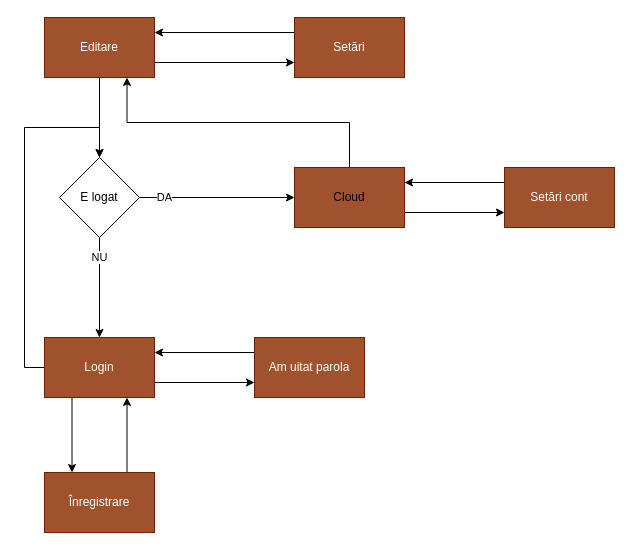
Above: docs/ui_diagram.drawio in moldovanedy/SimpleTextEditor (draw.io), before the change. Source tidied: cells renumbered, new cells numbered last; positions are measured from the earlier drawing's top-left corner, leaving out a move shared by most shapes. Both pictures are drawn from the tidied source at 100%, with x=0, y=0 at pixel (24, 17).
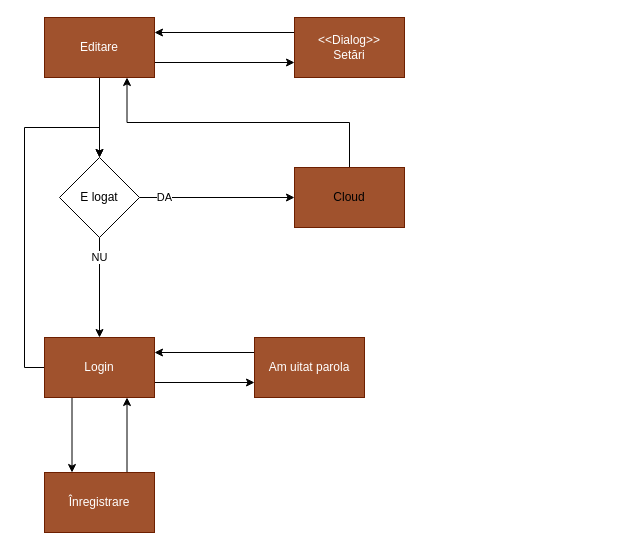
The same diagram, later.

The change refers to these unchanged cells:
```xml
<mxCell id="12" value="&lt;div&gt;&lt;span style=&quot;background-color: transparent;&quot;&gt;Cloud&lt;/span&gt;&lt;/div&gt;" style="rounded=0;whiteSpace=wrap;html=1;fillColor=#a0522d;fontColor=default;strokeColor=#6D1F00;" parent="1" vertex="1">
  <mxGeometry x="270" y="150" width="110" height="60" as="geometry" />
</mxCell>
```

What changed in the source:
```diff
@@
-    <mxCell id="6" value="&lt;div&gt;&lt;span style=&quot;background-color: transparent;&quot;&gt;&lt;font style=&quot;&quot;&gt;Setări&lt;/font&gt;&lt;/span&gt;&lt;/div&gt;" style="html=1;whiteSpace=wrap;fillColor=#a0522d;fontColor=#FFFFFF;strokeColor=#6D1F00;" parent="1" vertex="1">
+    <mxCell id="6" value="&lt;div&gt;&lt;span style=&quot;background-color: transparent;&quot;&gt;&lt;font style=&quot;&quot;&gt;&amp;lt;&amp;lt;Dialog&amp;gt;&amp;gt;&lt;/font&gt;&lt;/span&gt;&lt;/div&gt;&lt;div&gt;&lt;span style=&quot;background-color: transparent;&quot;&gt;&lt;font style=&quot;&quot;&gt;Setări&lt;/font&gt;&lt;/span&gt;&lt;/div&gt;" style="html=1;whiteSpace=wrap;fillColor=#a0522d;fontColor=#FFFFFF;strokeColor=#6D1F00;" parent="1" vertex="1">
       <mxGeometry x="270" width="110" height="60" as="geometry" />
     </mxCell>
@@
-    <mxCell id="11" style="edgeStyle=orthogonalEdgeStyle;rounded=0;jettySize=auto;html=1;exitX=1;exitY=0.75;exitDx=0;exitDy=0;entryX=0;entryY=0.75;entryDx=0;entryDy=0;" parent="1" edge="1" source="12" target="22">
-      <mxGeometry relative="1" as="geometry" />
-    </mxCell>
@@
-    <mxCell id="21" style="edgeStyle=orthogonalEdgeStyle;rounded=0;jettySize=auto;html=1;exitX=0;exitY=0.25;exitDx=0;exitDy=0;entryX=1;entryY=0.25;entryDx=0;entryDy=0;" parent="1" edge="1" source="22" target="12">
-      <mxGeometry relative="1" as="geometry" />
-    </mxCell>
-    <mxCell id="22" value="&lt;span style=&quot;background-color: transparent;&quot;&gt;Setări cont&lt;/span&gt;" style="rounded=0;whiteSpace=wrap;html=1;fillColor=#a0522d;fontColor=#FFFFFF;strokeColor=#6D1F00;" parent="1" vertex="1">
-      <mxGeometry x="480" y="150" width="110" height="60" as="geometry" />
-    </mxCell>
```
